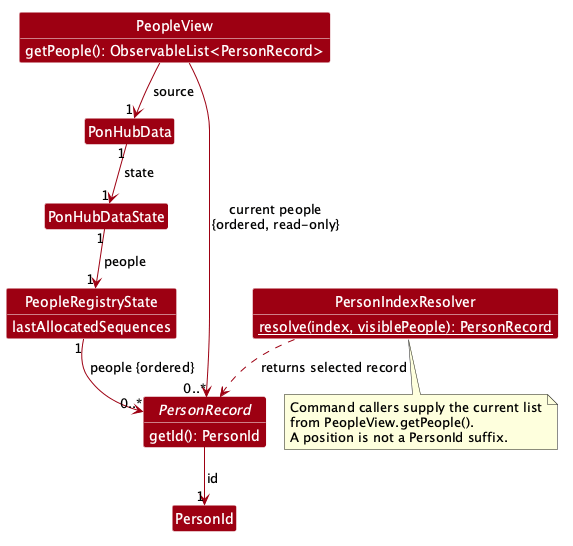
The PlantUML diagram docs/images/PeopleSelectionClassDiagram.png in AY2627S1-CS2103T-F13-3/tp, before a commit.
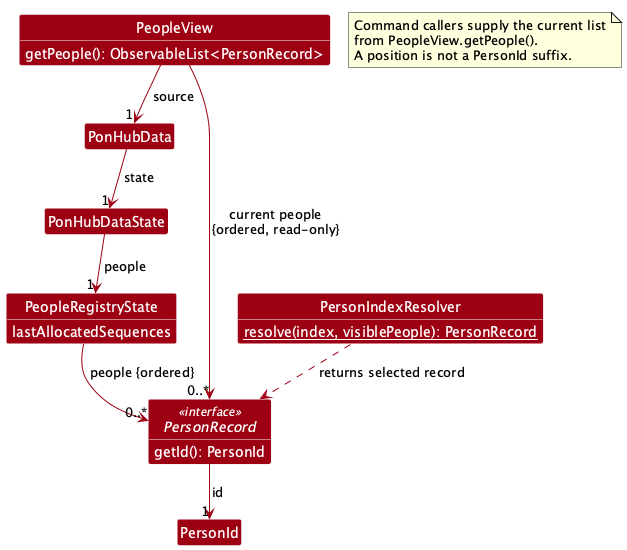
Above is the later version.

Commit message:
Correct people selection UML notation

Show PersonRecord explicitly as an interface and omit reverse counts
that imply exclusive ownership of shared immutable objects. Use an
unconnected folded-corner note to avoid the renderer speech pointer.

Change to the diagram source:
```diff
@@ -6,6 +6,7 @@
 skinparam classBackgroundColor #9D0012
 skinparam classFontColor white
 skinparam classAttributeFontColor white
+skinparam classStereotypeFontColor white
 skinparam classBorderColor white
 skinparam arrowColor #9D0012
 skinparam classFontSize 15
@@ -19,7 +20,7 @@
 class PeopleRegistryState {
     lastAllocatedSequences
 }
-interface PersonRecord {
+interface PersonRecord <<interface>> {
     getId(): PersonId
 }
 class PersonId
@@ -30,15 +31,15 @@
     {static} resolve(index, visiblePeople): PersonRecord
 }
 
-PonHubData "1" --> "1" PonHubDataState : state
-PonHubDataState "1" --> "1" PeopleRegistryState : people
-PeopleRegistryState "1" --> "0..*" PersonRecord : people {ordered}
+PonHubData --> "1" PonHubDataState : state
+PonHubDataState --> "1" PeopleRegistryState : people
+PeopleRegistryState --> "0..*" PersonRecord : people {ordered}
 PersonRecord --> "1" PersonId : id
 PeopleView --> "1" PonHubData : source
 PeopleView --> "0..*" PersonRecord : current people\n{ordered, read-only}
 PersonIndexResolver ..> PersonRecord : returns selected record
 
-note bottom of PersonIndexResolver
+note as SelectorNote
   Command callers supply the current list
   from PeopleView.getPeople().
   A position is not a PersonId suffix.
```
